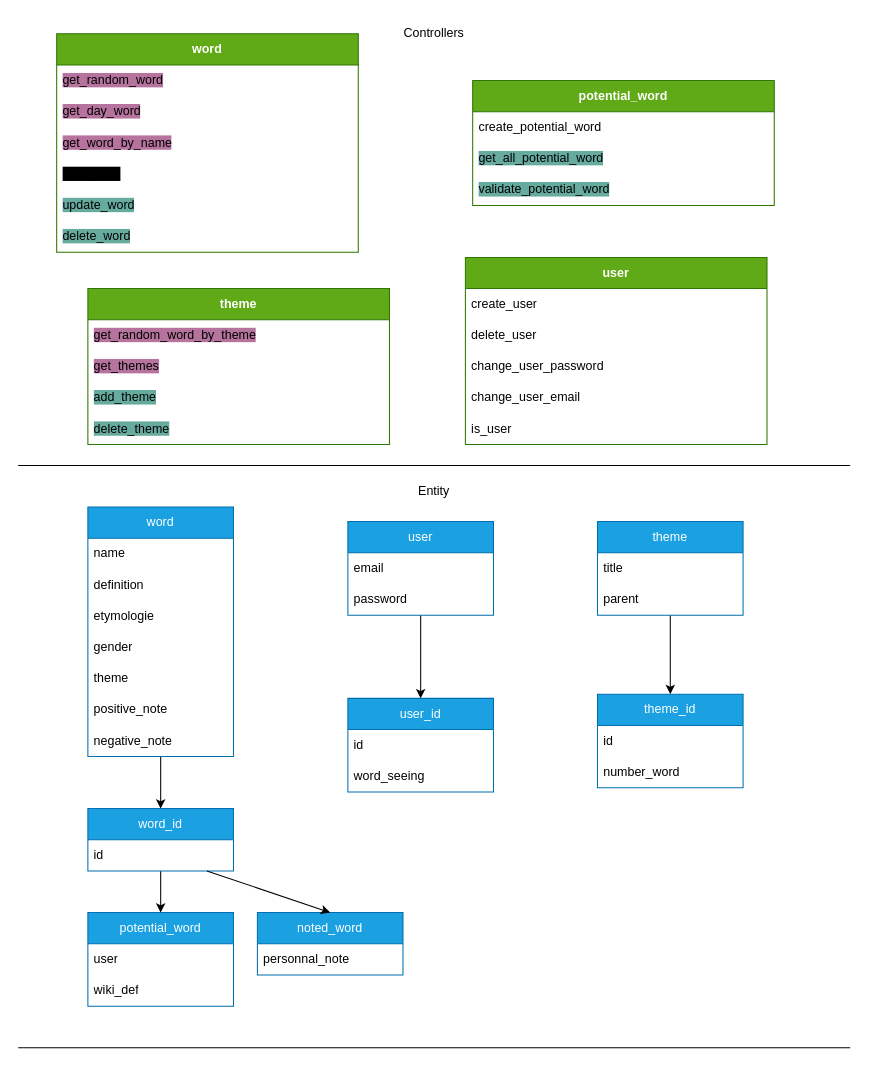
Staneo644/Polymathon_back keeps this draw.io diagram as polymathon.drawio. Above is the earlier version. Source tidied: cells renumbered, new cells numbered last; positions are measured from the earlier drawing's top-left corner, leaving out a move shared by most shapes. Both pictures are drawn from the tidied source at 104%, with x=0, y=0 at pixel (18, 18).
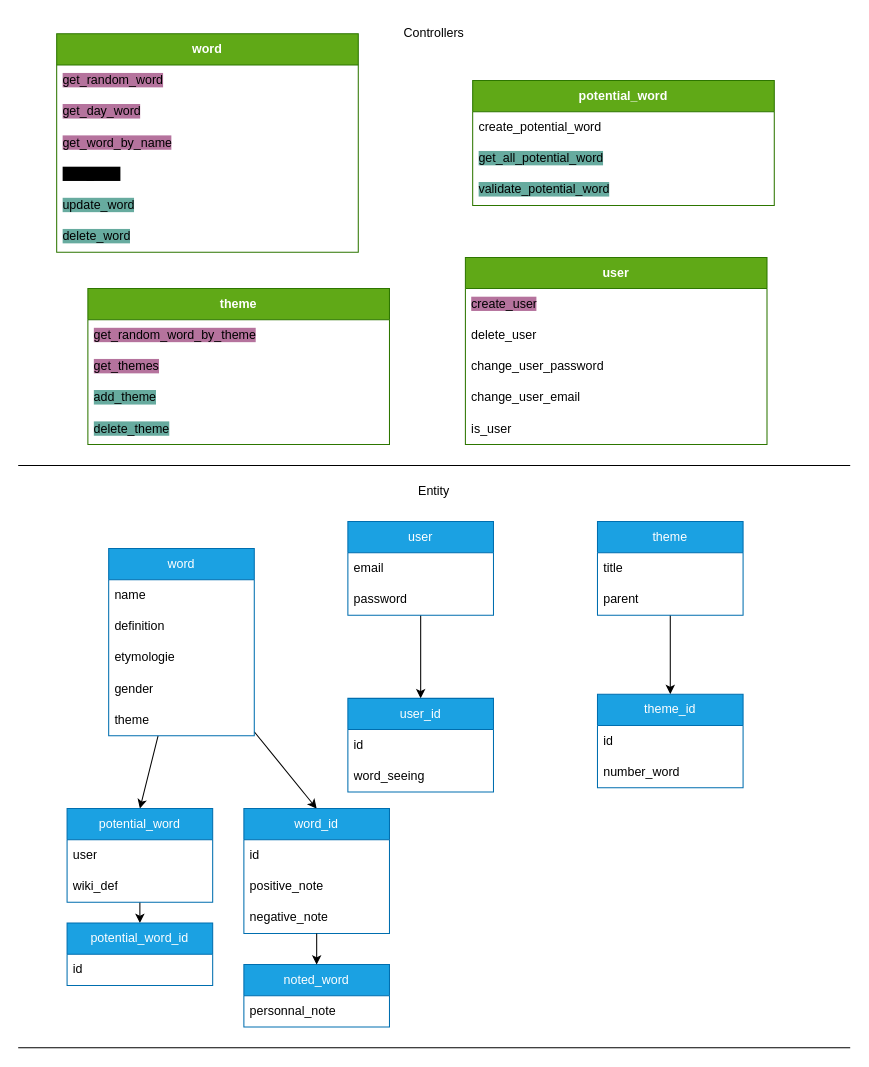
After the change.

Unchanged cells that the change refers to:
```xml
<mxCell id="9" value="&lt;strong&gt;user&lt;/strong&gt;" style="swimlane;fontStyle=0;horizontal=1;startSize=30;whiteSpace=wrap;html=1;fillColor=#60a917;strokeColor=#2D7600;fontColor=#ffffff;" parent="1" vertex="1">
  <mxGeometry x="430" y="230" width="290" height="180" as="geometry" />
</mxCell>
```

The edit, as a diff of the source:
```diff
@@
-    <mxCell id="10" value="create_user" style="text;strokeColor=none;fillColor=none;align=left;verticalAlign=middle;spacingLeft=4;spacingRight=4;overflow=hidden;whiteSpace=wrap;html=1;" parent="9" vertex="1">
+    <mxCell id="10" value="&lt;span style=&quot;background-color: rgb(181, 115, 157);&quot;&gt;create_user&lt;/span&gt;" style="text;strokeColor=none;fillColor=none;align=left;verticalAlign=middle;spacingLeft=4;spacingRight=4;overflow=hidden;whiteSpace=wrap;html=1;" parent="9" vertex="1">
       <mxGeometry y="30" width="290" height="30" as="geometry" />
     </mxCell>
@@
-    <mxCell id="25" style="edgeStyle=none;html=1;" parent="1" edge="1" source="26" target="35">
+    <mxCell id="25" style="edgeStyle=none;html=1;entryX=0.5;entryY=0;entryDx=0;entryDy=0;" parent="1" edge="1" source="26" target="37">
       <mxGeometry relative="1" as="geometry" />
     </mxCell>
+    <mxCell id="60" style="edgeStyle=none;html=1;entryX=0.5;entryY=0;entryDx=0;entryDy=0;startArrow=none;startFill=0;endArrow=classic;endFill=1;" parent="1" edge="1" source="26" target="35">
+      <mxGeometry relative="1" as="geometry" />
+    </mxCell>
     <mxCell id="26" value="word" style="swimlane;fontStyle=0;horizontal=1;startSize=30;whiteSpace=wrap;html=1;fillColor=#1ba1e2;fontColor=#ffffff;strokeColor=#006EAF;" parent="1" vertex="1">
-      <mxGeometry x="67" y="470" width="140" height="240" as="geometry" />
+      <mxGeometry x="87" y="510" width="140" height="180" as="geometry" />
     </mxCell>
@@
+    <mxCell id="35" value="word_id" style="swimlane;fontStyle=0;horizontal=1;startSize=30;whiteSpace=wrap;html=1;fillColor=#1ba1e2;fontColor=#ffffff;strokeColor=#006EAF;" parent="1" vertex="1">
+      <mxGeometry x="217" y="760" width="140" height="120" as="geometry" />
+    </mxCell>
+    <mxCell id="61" value="id" style="text;strokeColor=none;fillColor=none;align=left;verticalAlign=middle;spacingLeft=4;spacingRight=4;overflow=hidden;whiteSpace=wrap;html=1;" parent="35" vertex="1">
+      <mxGeometry y="30" width="140" height="30" as="geometry" />
+    </mxCell>
-    <mxCell id="32" value="positive_note" style="text;strokeColor=none;fillColor=none;align=left;verticalAlign=middle;spacingLeft=4;spacingRight=4;overflow=hidden;whiteSpace=wrap;html=1;" parent="26" vertex="1">
-      <mxGeometry y="180" width="140" height="30" as="geometry" />
+    <mxCell id="32" value="positive_note" style="text;strokeColor=none;fillColor=none;align=left;verticalAlign=middle;spacingLeft=4;spacingRight=4;overflow=hidden;whiteSpace=wrap;html=1;" parent="35" vertex="1">
+      <mxGeometry y="60" width="140" height="30" as="geometry" />
     </mxCell>
-    <mxCell id="33" value="negative_note" style="text;strokeColor=none;fillColor=none;align=left;verticalAlign=middle;spacingLeft=4;spacingRight=4;overflow=hidden;whiteSpace=wrap;html=1;" parent="26" vertex="1">
-      <mxGeometry y="210" width="140" height="30" as="geometry" />
-    </mxCell>
-    <mxCell id="34" style="edgeStyle=none;html=1;entryX=0.5;entryY=0;entryDx=0;entryDy=0;" parent="1" edge="1" source="35" target="37">
-      <mxGeometry relative="1" as="geometry" />
-    </mxCell>
-    <mxCell id="35" value="word_id" style="swimlane;fontStyle=0;horizontal=1;startSize=30;whiteSpace=wrap;html=1;fillColor=#1ba1e2;fontColor=#ffffff;strokeColor=#006EAF;" parent="1" vertex="1">
-      <mxGeometry x="67" y="760" width="140" height="60" as="geometry" />
-    </mxCell>
-    <mxCell id="36" value="id" style="text;strokeColor=none;fillColor=none;align=left;verticalAlign=middle;spacingLeft=4;spacingRight=4;overflow=hidden;points=[[0,0.5],[1,0.5]];portConstraint=eastwest;whiteSpace=wrap;html=1;" parent="35" vertex="1">
-      <mxGeometry y="30" width="140" height="30" as="geometry" />
+    <mxCell id="36" value="negative_note" style="text;strokeColor=none;fillColor=none;align=left;verticalAlign=middle;spacingLeft=4;spacingRight=4;overflow=hidden;points=[[0,0.5],[1,0.5]];portConstraint=eastwest;whiteSpace=wrap;html=1;" parent="35" vertex="1">
+      <mxGeometry y="90" width="140" height="30" as="geometry" />
     </mxCell>
+    <mxCell id="62" style="edgeStyle=none;html=1;startArrow=none;startFill=0;endArrow=classic;endFill=1;" parent="1" edge="1" source="37" target="63">
+      <mxGeometry relative="1" as="geometry" />
+    </mxCell>
     <mxCell id="37" value="potential_word" style="swimlane;fontStyle=0;horizontal=1;startSize=30;whiteSpace=wrap;html=1;fillColor=#1ba1e2;fontColor=#ffffff;strokeColor=#006EAF;" parent="1" vertex="1">
-      <mxGeometry x="67" y="860" width="140" height="90" as="geometry" />
+      <mxGeometry x="47" y="760" width="140" height="90" as="geometry" />
     </mxCell>
@@
     <mxCell id="54" value="noted_word" style="swimlane;fontStyle=0;horizontal=1;startSize=30;whiteSpace=wrap;html=1;fillColor=#1ba1e2;fontColor=#ffffff;strokeColor=#006EAF;" parent="1" vertex="1">
-      <mxGeometry x="230" y="860" width="140" height="60" as="geometry" />
+      <mxGeometry x="217" y="910" width="140" height="60" as="geometry" />
     </mxCell>
@@
+    <mxCell id="63" value="potential_word_id" style="swimlane;fontStyle=0;horizontal=1;startSize=30;whiteSpace=wrap;html=1;fillColor=#1ba1e2;fontColor=#ffffff;strokeColor=#006EAF;" parent="1" vertex="1">
+      <mxGeometry x="47" y="870" width="140" height="60" as="geometry" />
+    </mxCell>
+    <mxCell id="64" value="id" style="text;strokeColor=none;fillColor=none;align=left;verticalAlign=middle;spacingLeft=4;spacingRight=4;overflow=hidden;whiteSpace=wrap;html=1;" parent="63" vertex="1">
+      <mxGeometry y="30" width="140" height="30" as="geometry" />
+    </mxCell>
```
